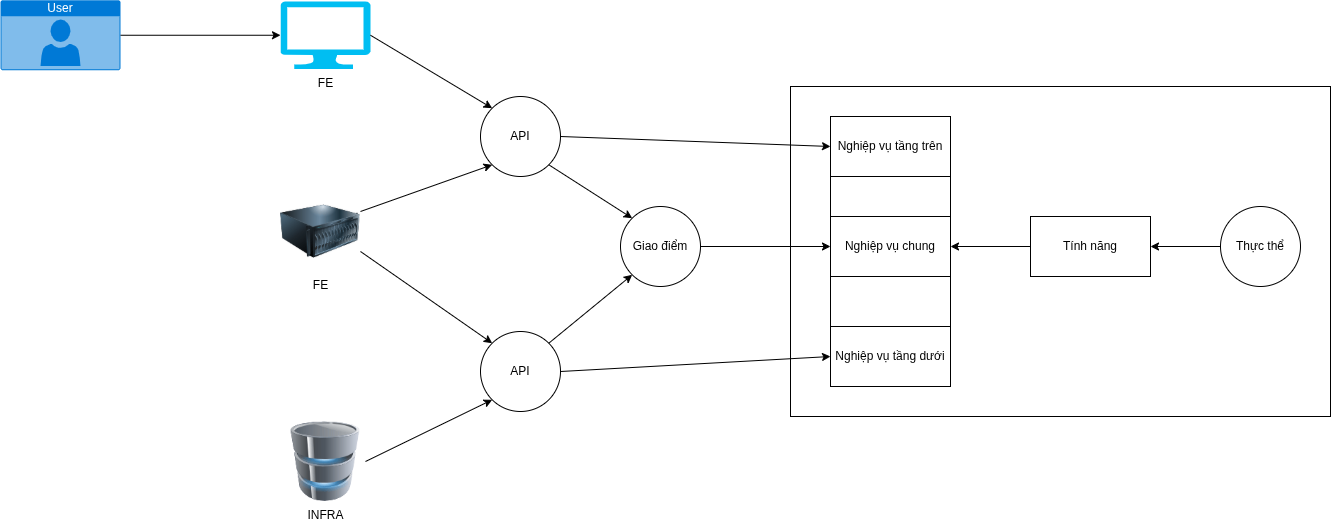
CNVN2024-2-Boiz/IE104 keeps this draw.io diagram as assets/architecture.drawio.png. Above is the earlier version. Source tidied: cells renumbered, new cells last; positions are measured from the earlier drawing's top-left corner, leaving out a move shared by most shapes.
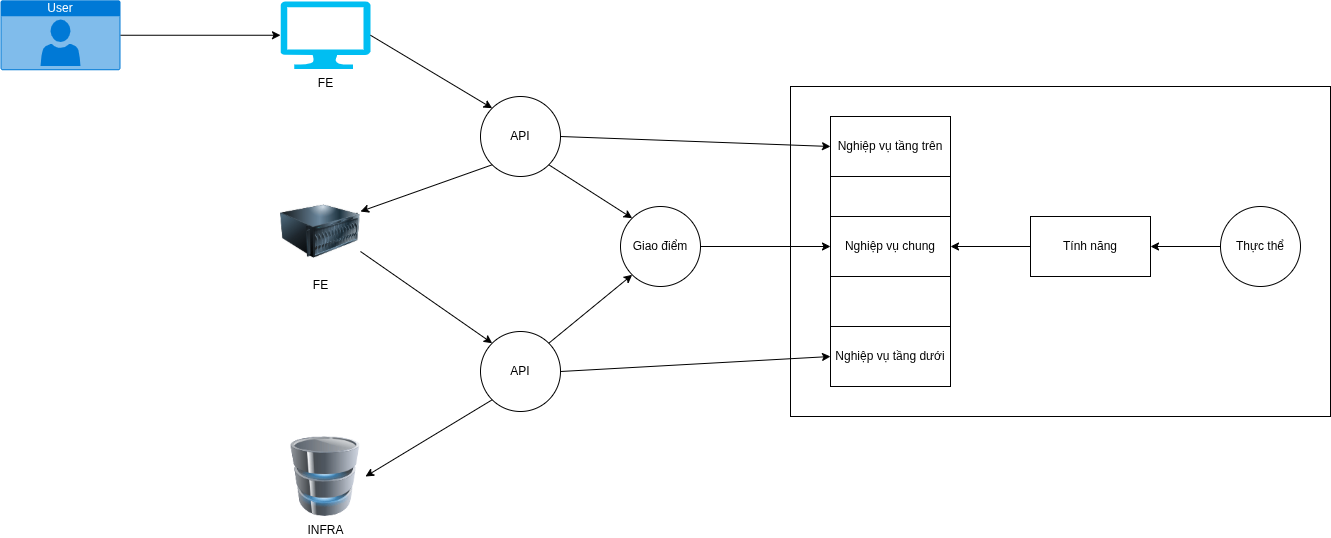
After the commit.

Diff of the diagram source:
```diff
@@ -15,7 +15,7 @@
       <mxGeometry x="280" y="191" width="80" height="80" as="geometry" />
     </mxCell>
     <mxCell id="6" value="INFRA" style="image;html=1;image=img/lib/clip_art/computers/Database_128x128.png;" parent="1" vertex="1">
-      <mxGeometry x="285" y="421" width="80" height="80" as="geometry" />
+      <mxGeometry x="285" y="436" width="80" height="80" as="geometry" />
     </mxCell>
     <mxCell id="7" style="group;" parent="1" vertex="1">
       <mxGeometry x="830" y="116" width="120" height="270" as="geometry" />
@@ -41,13 +41,13 @@
     <mxCell id="14" style="endArrow=classic;html=1;rounded=0;entryX=0;entryY=0;entryDx=0;entryDy=0;exitX=1;exitY=0.5;exitDx=0;exitDy=0;exitPerimeter=0;" parent="1" edge="1" source="4" target="12">
       <mxGeometry relative="1" as="geometry" />
     </mxCell>
-    <mxCell id="15" style="endArrow=classic;html=1;rounded=0;entryX=0;entryY=1;entryDx=0;entryDy=0;exitX=1;exitY=0.25;exitDx=0;exitDy=0;" parent="1" edge="1" source="5" target="12">
+    <mxCell id="15" style="endArrow=classic;html=1;rounded=0;entryX=1;entryY=0.25;entryDx=0;entryDy=0;exitX=0;exitY=1;exitDx=0;exitDy=0;" parent="1" edge="1" source="12" target="5">
       <mxGeometry relative="1" as="geometry" />
     </mxCell>
     <mxCell id="16" style="endArrow=classic;html=1;rounded=0;entryX=0;entryY=0;entryDx=0;entryDy=0;exitX=1;exitY=0.75;exitDx=0;exitDy=0;" parent="1" edge="1" source="5" target="13">
       <mxGeometry relative="1" as="geometry" />
     </mxCell>
-    <mxCell id="17" style="endArrow=classic;html=1;rounded=0;entryX=0;entryY=1;entryDx=0;entryDy=0;exitX=1;exitY=0.5;exitDx=0;exitDy=0;" parent="1" edge="1" source="6" target="13">
+    <mxCell id="17" style="endArrow=classic;html=1;rounded=0;exitX=0;exitY=1;exitDx=0;exitDy=0;entryX=1;entryY=0.5;entryDx=0;entryDy=0;" parent="1" edge="1" source="13" target="6">
       <mxGeometry relative="1" as="geometry" />
     </mxCell>
     <mxCell id="18" style="endArrow=classic;html=1;rounded=0;entryX=0;entryY=0.5;entryDx=0;entryDy=0;entryPerimeter=0;exitX=1;exitY=0.5;exitDx=0;exitDy=0;exitPerimeter=0;" parent="1" edge="1" source="3" target="4">
```
